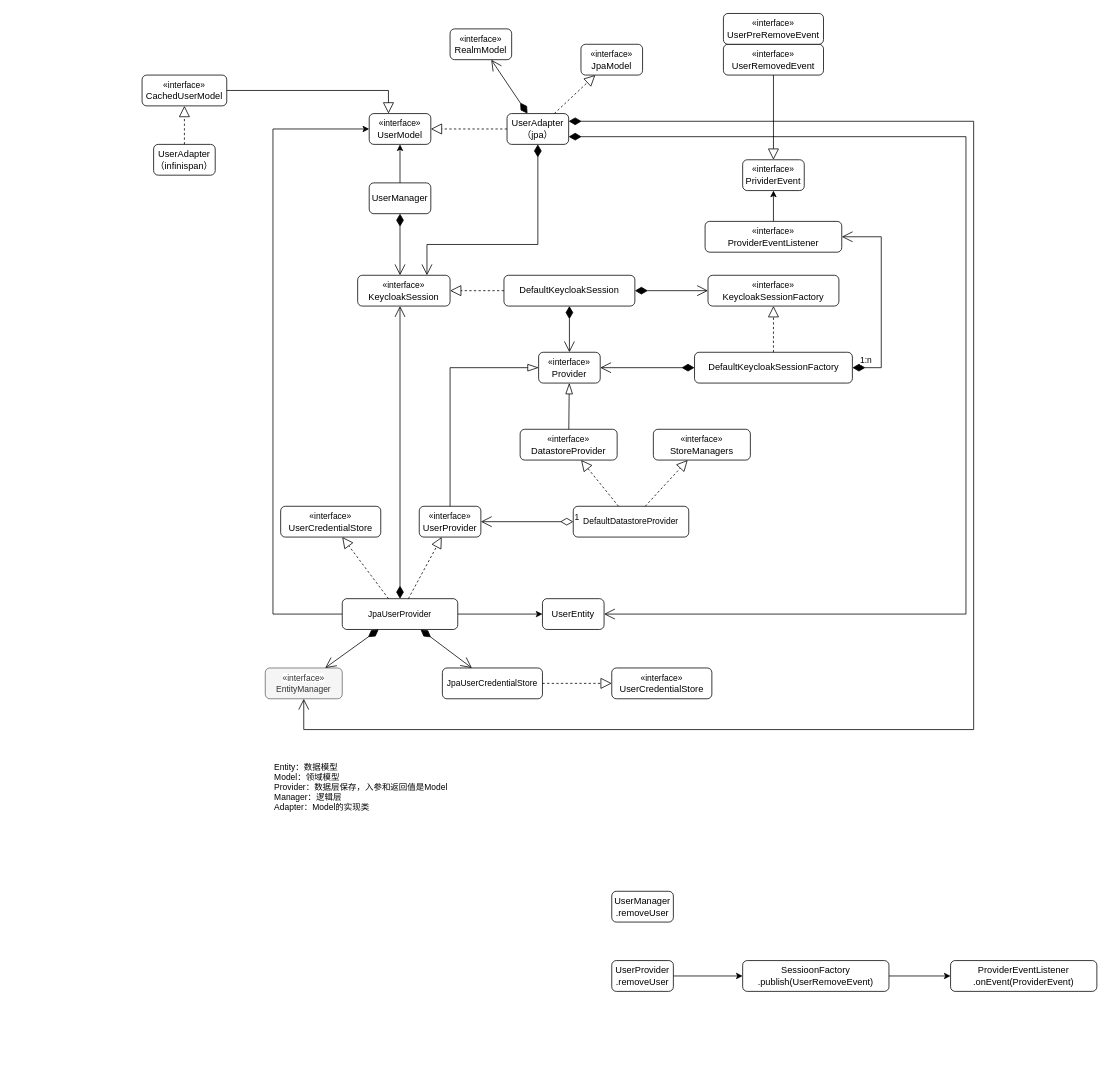
This is kecloak.drawio from yamilinqh/spicedb, a draw.io file, before an edit. Source tidied: cells renumbered, new cells numbered last; positions are measured from the earlier drawing's top-left corner, leaving out a move shared by most shapes. Both pictures are drawn from the tidied source at 77%, with x=0, y=0 at pixel (142, 13).
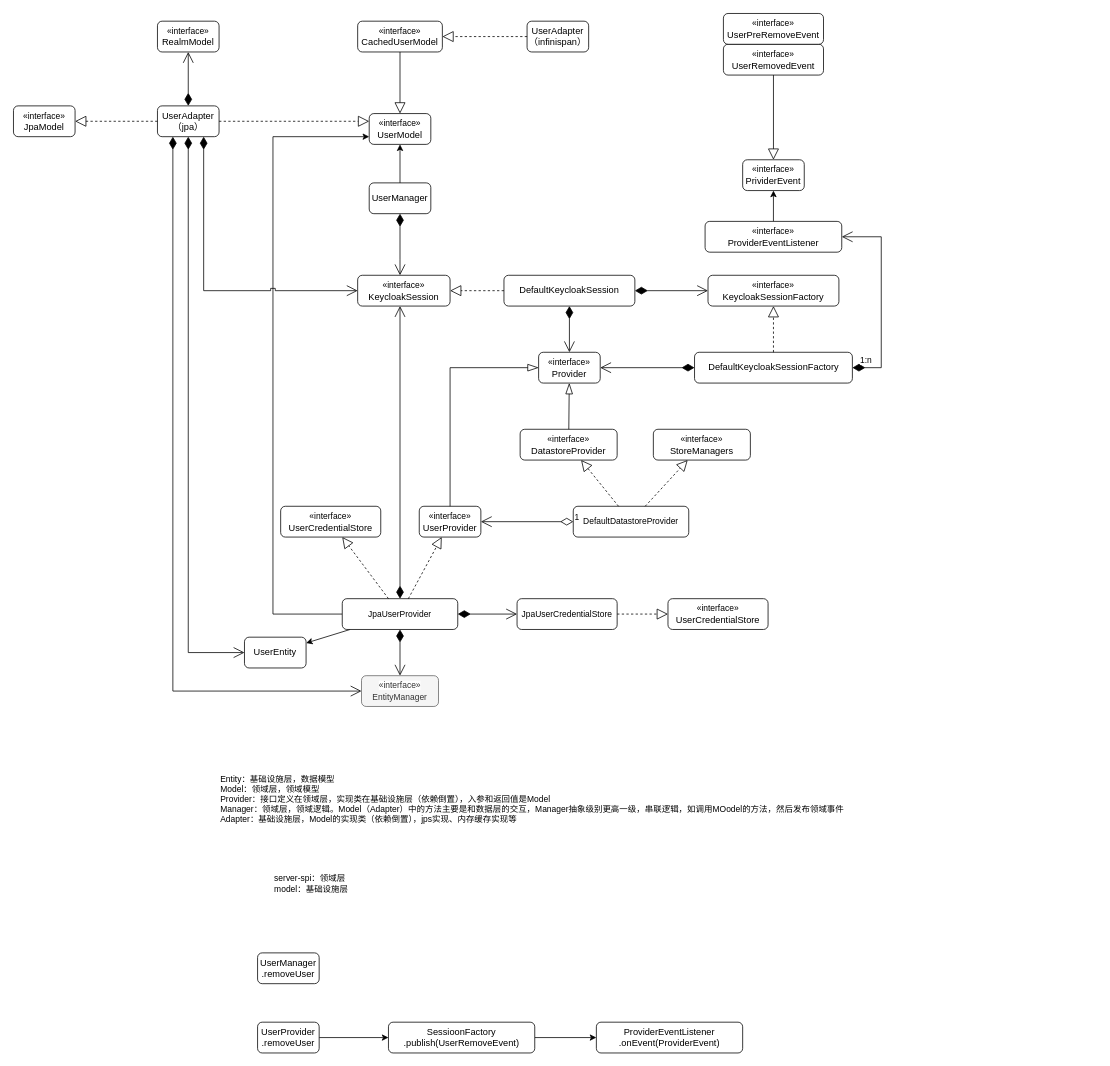
The same page after the edit.

Unchanged cells that the change refers to:
```xml
<mxCell id="2" value="&lt;span style=&quot;font-size: 11px; background-color: rgb(255, 255, 255);&quot;&gt;«interface»&lt;/span&gt;&lt;br&gt;UserModel" style="rounded=1;whiteSpace=wrap;html=1;" parent="1" vertex="1">
  <mxGeometry x="295" y="130" width="80" height="40" as="geometry" />
</mxCell>
<mxCell id="15" value="&lt;span style=&quot;font-size: 11px; background-color: rgb(255, 255, 255);&quot;&gt;«interface»&lt;/span&gt;&lt;br&gt;KeycloakSession" style="rounded=1;whiteSpace=wrap;html=1;" parent="1" vertex="1">
  <mxGeometry x="280" y="340" width="120" height="40" as="geometry" />
</mxCell>
<mxCell id="41" value="&lt;span style=&quot;font-size: 11px;&quot;&gt;JpaUserProvider&lt;/span&gt;" style="rounded=1;whiteSpace=wrap;html=1;" parent="1" vertex="1">
  <mxGeometry x="260" y="760" width="150" height="40" as="geometry" />
</mxCell>
```

Diff of the diagram source:
```diff
@@
     <mxCell id="10" value="UserManager&lt;div&gt;.removeUser&lt;/div&gt;" style="rounded=1;whiteSpace=wrap;html=1;" parent="1" vertex="1">
-      <mxGeometry x="610" y="1140" width="80" height="40" as="geometry" />
+      <mxGeometry x="150" y="1220" width="80" height="40" as="geometry" />
     </mxCell>
@@
     <mxCell id="12" value="UserProvider&lt;br&gt;.removeUser" style="rounded=1;whiteSpace=wrap;html=1;" parent="1" vertex="1">
-      <mxGeometry x="610" y="1230" width="80" height="40" as="geometry" />
+      <mxGeometry x="150" y="1310" width="80" height="40" as="geometry" />
     </mxCell>
@@
     <mxCell id="14" value="SessioonFactory&lt;br&gt;.publish(UserRemoveEvent)" style="rounded=1;whiteSpace=wrap;html=1;" parent="1" vertex="1">
-      <mxGeometry x="780" y="1230" width="190" height="40" as="geometry" />
+      <mxGeometry x="320" y="1310" width="190" height="40" as="geometry" />
     </mxCell>
@@
     <mxCell id="21" value="ProviderEventListener&lt;br&gt;.onEvent(ProviderEvent)" style="rounded=1;whiteSpace=wrap;html=1;" parent="1" vertex="1">
-      <mxGeometry x="1050" y="1230" width="190" height="40" as="geometry" />
+      <mxGeometry x="590" y="1310" width="190" height="40" as="geometry" />
     </mxCell>
@@
     <mxCell id="40" style="edgeStyle=orthogonalEdgeStyle;shape=connector;rounded=0;jettySize=auto;html=1;strokeColor=default;align=center;verticalAlign=middle;fontFamily=Helvetica;fontSize=11;fontColor=default;labelBackgroundColor=default;endArrow=classic;" parent="1" edge="1" source="41" target="2">
       <mxGeometry relative="1" as="geometry">
         <Array as="points">
           <mxPoint x="170" y="780" />
-          <mxPoint x="170" y="150" />
+          <mxPoint x="170" y="160" />
         </Array>
       </mxGeometry>
     </mxCell>
@@
     <mxCell id="45" value="UserEntity" style="rounded=1;whiteSpace=wrap;html=1;" parent="1" vertex="1">
-      <mxGeometry x="520" y="760" width="80" height="40" as="geometry" />
+      <mxGeometry x="133" y="810" width="80" height="40" as="geometry" />
     </mxCell>
@@
     <mxCell id="47" value="&lt;span style=&quot;font-size: 11px; background-color: rgb(255, 255, 255);&quot;&gt;«interface»&lt;/span&gt;&lt;span style=&quot;font-size: 11px;&quot;&gt;&lt;br&gt;EntityManager&lt;/span&gt;" style="rounded=1;whiteSpace=wrap;html=1;fillColor=#f5f5f5;fontColor=#333333;strokeColor=#666666;" parent="1" vertex="1">
-      <mxGeometry x="160" y="850" width="100" height="40" as="geometry" />
+      <mxGeometry x="285" y="860" width="100" height="40" as="geometry" />
     </mxCell>
     <mxCell id="48" value="&lt;span style=&quot;font-size: 11px;&quot;&gt;JpaUserCredentialStore&lt;/span&gt;" style="rounded=1;whiteSpace=wrap;html=1;" parent="1" vertex="1">
-      <mxGeometry x="390" y="850" width="130" height="40" as="geometry" />
+      <mxGeometry x="487" y="760" width="130" height="40" as="geometry" />
     </mxCell>
@@
-    <mxCell id="51" value="Entity：数据模型&lt;br&gt;Model：领域模型&lt;br&gt;Provider：数据层保存，入参和返回值是Model&lt;br&gt;Manager：逻辑层&lt;br&gt;Adapter：Model的实现类" style="text;html=1;align=left;verticalAlign=middle;strokeColor=none;fillColor=none;fontFamily=Helvetica;fontSize=11;fontColor=default;labelBackgroundColor=default;" parent="1" vertex="1">
-      <mxGeometry x="170" y="965" width="250" height="80" as="geometry" />
+    <mxCell id="51" value="Entity：基础设施层，数据模型&lt;br&gt;Model：领域层，领域模型&lt;br&gt;Provider：接口定义在领域层，实现类在基础设施层（依赖倒置），入参和返回值是Model&lt;br&gt;Manager：领域层，领域逻辑。Model（Adapter）中的方法主要是和数据层的交互，Manager抽象级别更高一级，串联逻辑，如调用MOodel的方法，然后发布领域事件&lt;br&gt;Adapter：基础设施层，Model的实现类（依赖倒置），jps实现、内存缓存实现等" style="text;html=1;align=left;verticalAlign=middle;strokeColor=none;fillColor=none;fontFamily=Helvetica;fontSize=11;fontColor=default;labelBackgroundColor=default;" parent="1" vertex="1">
+      <mxGeometry x="100" y="980" width="830" height="80" as="geometry" />
     </mxCell>
     <mxCell id="52" value="&lt;span style=&quot;font-size: 11px; background-color: rgb(255, 255, 255);&quot;&gt;«interface»&lt;/span&gt;&lt;br&gt;UserCredentialStore" style="rounded=1;whiteSpace=wrap;html=1;" parent="1" vertex="1">
-      <mxGeometry x="610" y="850" width="130" height="40" as="geometry" />
+      <mxGeometry x="683" y="760" width="130" height="40" as="geometry" />
     </mxCell>
@@
     <mxCell id="54" value="UserAdapter&lt;br&gt;（jpa）" style="rounded=1;whiteSpace=wrap;html=1;" parent="1" vertex="1">
-      <mxGeometry x="474" y="130" width="80" height="40" as="geometry" />
+      <mxGeometry x="20" y="120" width="80" height="40" as="geometry" />
     </mxCell>
     <mxCell id="55" value="&lt;span style=&quot;font-size: 11px; background-color: rgb(255, 255, 255);&quot;&gt;«interface»&lt;/span&gt;&lt;br&gt;JpaModel" style="rounded=1;whiteSpace=wrap;html=1;" parent="1" vertex="1">
-      <mxGeometry x="570" y="40" width="80" height="40" as="geometry" />
+      <mxGeometry x="-167" y="120" width="80" height="40" as="geometry" />
     </mxCell>
-    <mxCell id="56" style="endArrow=block;dashed=1;endFill=0;endSize=12;html=1;rounded=0;" parent="1" edge="1" source="54" target="2">
+    <mxCell id="56" style="endArrow=block;dashed=1;endFill=0;endSize=12;html=1;rounded=0;entryX=0;entryY=0.25;entryDx=0;entryDy=0;" parent="1" edge="1" source="54" target="2">
       <mxGeometry relative="1" as="geometry" />
     </mxCell>
@@
-    <mxCell id="58" style="endArrow=open;html=1;endSize=12;startArrow=diamondThin;startSize=14;startFill=1;edgeStyle=orthogonalEdgeStyle;align=left;verticalAlign=bottom;rounded=0;strokeColor=default;fontFamily=Helvetica;fontSize=11;fontColor=default;labelBackgroundColor=default;" parent="1" edge="1" source="54" target="45">
+    <mxCell id="58" style="endArrow=open;html=1;endSize=12;startArrow=diamondThin;startSize=14;startFill=1;edgeStyle=orthogonalEdgeStyle;align=left;verticalAlign=bottom;rounded=0;strokeColor=default;fontFamily=Helvetica;fontSize=11;fontColor=default;labelBackgroundColor=default;exitX=0.5;exitY=1;exitDx=0;exitDy=0;" parent="1" edge="1" source="54" target="45">
       <mxGeometry x="-1" y="3" relative="1" as="geometry">
         <Array as="points">
-          <mxPoint x="1070" y="160" />
-          <mxPoint x="1070" y="780" />
+          <mxPoint x="60" y="830" />
         </Array>
       </mxGeometry>
     </mxCell>
-    <mxCell id="59" style="endArrow=open;html=1;endSize=12;startArrow=diamondThin;startSize=14;startFill=1;edgeStyle=orthogonalEdgeStyle;align=left;verticalAlign=bottom;rounded=0;strokeColor=default;fontFamily=Helvetica;fontSize=11;fontColor=default;labelBackgroundColor=default;" parent="1" edge="1" source="54" target="47">
+    <mxCell id="59" style="endArrow=open;html=1;endSize=12;startArrow=diamondThin;startSize=14;startFill=1;edgeStyle=orthogonalEdgeStyle;align=left;verticalAlign=bottom;rounded=0;strokeColor=default;fontFamily=Helvetica;fontSize=11;fontColor=default;labelBackgroundColor=default;exitX=0.25;exitY=1;exitDx=0;exitDy=0;" parent="1" edge="1" source="54" target="47">
       <mxGeometry x="-1" y="3" relative="1" as="geometry">
         <Array as="points">
-          <mxPoint x="1080" y="140" />
-          <mxPoint x="1080" y="930" />
-          <mxPoint x="210" y="930" />
+          <mxPoint x="40" y="880" />
         </Array>
       </mxGeometry>
     </mxCell>
     <mxCell id="60" value="&lt;span style=&quot;font-size: 11px; background-color: rgb(255, 255, 255);&quot;&gt;«interface»&lt;/span&gt;&lt;br&gt;RealmModel" style="rounded=1;whiteSpace=wrap;html=1;" parent="1" vertex="1">
-      <mxGeometry x="400" y="20" width="80" height="40" as="geometry" />
+      <mxGeometry x="20" y="10" width="80" height="40" as="geometry" />
     </mxCell>
-    <mxCell id="61" style="endArrow=open;html=1;endSize=12;startArrow=diamondThin;startSize=14;startFill=1;edgeStyle=orthogonalEdgeStyle;align=left;verticalAlign=bottom;rounded=0;strokeColor=default;fontFamily=Helvetica;fontSize=11;fontColor=default;labelBackgroundColor=default;" parent="1" edge="1" source="54" target="15">
+    <mxCell id="61" style="endArrow=open;html=1;endSize=12;startArrow=diamondThin;startSize=14;startFill=1;edgeStyle=orthogonalEdgeStyle;align=left;verticalAlign=bottom;rounded=0;strokeColor=default;fontFamily=Helvetica;fontSize=11;fontColor=default;labelBackgroundColor=default;jumpStyle=sharp;" parent="1" edge="1" source="54" target="15">
       <mxGeometry x="-1" y="3" relative="1" as="geometry">
         <Array as="points">
-          <mxPoint x="514" y="300" />
-          <mxPoint x="370" y="300" />
+          <mxPoint x="80" y="360" />
         </Array>
       </mxGeometry>
     </mxCell>
@@
     <mxCell id="63" value="&lt;span style=&quot;font-size: 11px; background-color: rgb(255, 255, 255);&quot;&gt;«interface»&lt;/span&gt;&lt;br&gt;CachedUserModel" style="rounded=1;whiteSpace=wrap;html=1;" parent="1" vertex="1">
-      <mxGeometry y="80" width="110" height="40" as="geometry" />
+      <mxGeometry x="280" y="10" width="110" height="40" as="geometry" />
     </mxCell>
     <mxCell id="64" value="UserAdapter&lt;br&gt;（infinispan）" style="rounded=1;whiteSpace=wrap;html=1;" parent="1" vertex="1">
-      <mxGeometry x="15" y="170" width="80" height="40" as="geometry" />
+      <mxGeometry x="500" y="10" width="80" height="40" as="geometry" />
     </mxCell>
@@
-    <mxCell id="66" style="endArrow=block;endFill=0;endSize=12;html=1;rounded=0;edgeStyle=orthogonalEdgeStyle;" parent="1" edge="1" source="63" target="2">
-      <mxGeometry relative="1" as="geometry">
-        <Array as="points">
-          <mxPoint x="320" y="100" />
-        </Array>
-      </mxGeometry>
+    <mxCell id="66" style="endArrow=block;endFill=0;endSize=12;html=1;rounded=0;" parent="1" edge="1" source="63" target="2">
+      <mxGeometry relative="1" as="geometry" />
     </mxCell>
+    <mxCell id="67" value="server-spi：领域层&lt;br&gt;model：基础设施层" style="text;html=1;align=left;verticalAlign=middle;strokeColor=none;fillColor=none;fontFamily=Helvetica;fontSize=11;fontColor=default;labelBackgroundColor=default;" parent="1" vertex="1">
+      <mxGeometry x="170" y="1110" width="120" height="40" as="geometry" />
+    </mxCell>
```
